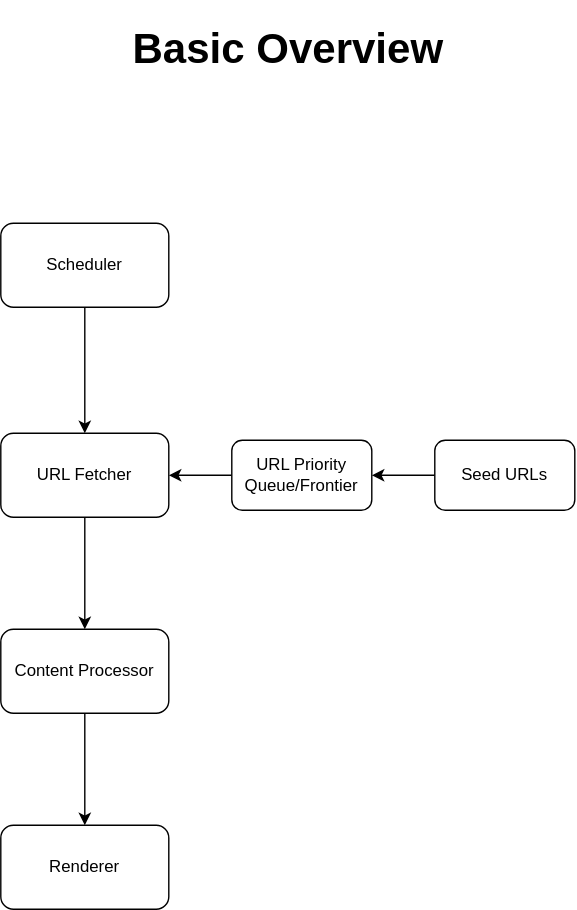
Before: SystemDesign.drawio.svg, a diagram exported from draw.io (techapostle/PyCrawler). Source tidied: cells renumbered, new cells last; positions are measured from the earlier drawing's top-left corner, leaving out a move shared by most shapes.
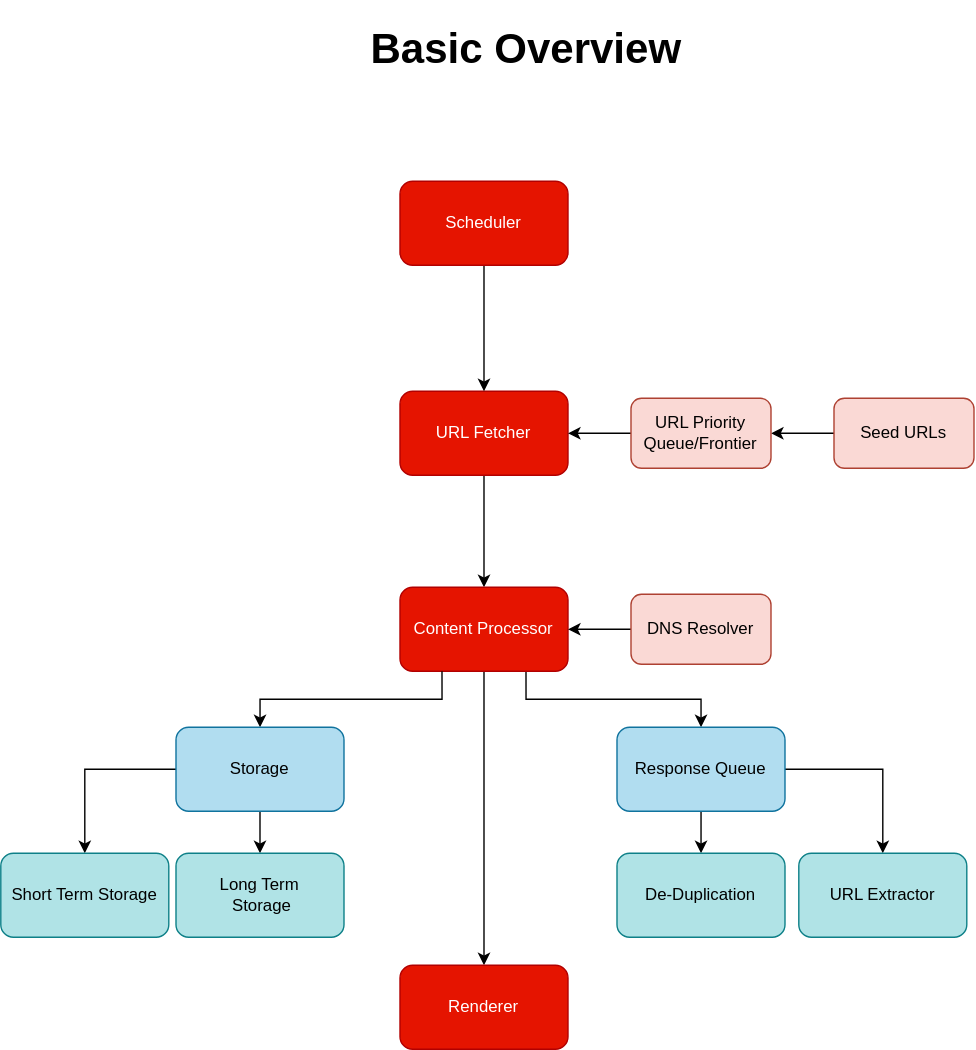
After the change.

The edit, as a diff of the source:
```diff
@@ -5,38 +5,87 @@
     <mxCell id="2" style="edgeStyle=orthogonalEdgeStyle;rounded=0;jettySize=auto;html=1;entryX=0.5;entryY=0;entryDx=0;entryDy=0;" parent="1" edge="1" source="3" target="11">
       <mxGeometry relative="1" as="geometry" />
     </mxCell>
-    <mxCell id="3" value="&lt;div&gt;URL Fetcher&lt;/div&gt;" style="rounded=1;whiteSpace=wrap;html=1;" parent="1" vertex="1">
+    <mxCell id="3" value="&lt;div&gt;URL Fetcher&lt;/div&gt;" style="rounded=1;whiteSpace=wrap;html=1;fillColor=#e51400;strokeColor=#B20000;fontColor=#ffffff;" parent="1" vertex="1">
       <mxGeometry y="300" width="120" height="60" as="geometry" />
     </mxCell>
     <mxCell id="4" style="edgeStyle=orthogonalEdgeStyle;rounded=0;jettySize=auto;html=1;" parent="1" edge="1" source="5" target="7">
       <mxGeometry relative="1" as="geometry" />
     </mxCell>
-    <mxCell id="5" value="Seed URLs" style="rounded=1;whiteSpace=wrap;html=1;" parent="1" vertex="1">
+    <mxCell id="5" value="Seed URLs" style="rounded=1;whiteSpace=wrap;html=1;fillColor=#fad9d5;strokeColor=#ae4132;" parent="1" vertex="1">
       <mxGeometry x="310" y="305" width="100" height="50" as="geometry" />
     </mxCell>
     <mxCell id="6" style="edgeStyle=orthogonalEdgeStyle;rounded=0;jettySize=auto;html=1;" parent="1" edge="1" source="7" target="3">
       <mxGeometry relative="1" as="geometry" />
     </mxCell>
-    <mxCell id="7" value="&lt;div&gt;URL Priority Queue/Frontier&lt;/div&gt;" style="rounded=1;whiteSpace=wrap;html=1;" parent="1" vertex="1">
+    <mxCell id="7" value="&lt;div&gt;URL Priority Queue/Frontier&lt;/div&gt;" style="rounded=1;whiteSpace=wrap;html=1;fillColor=#fad9d5;strokeColor=#ae4132;" parent="1" vertex="1">
       <mxGeometry x="165" y="305" width="100" height="50" as="geometry" />
     </mxCell>
     <mxCell id="8" style="edgeStyle=orthogonalEdgeStyle;rounded=0;jettySize=auto;html=1;" parent="1" edge="1" source="9" target="3">
       <mxGeometry relative="1" as="geometry" />
     </mxCell>
-    <mxCell id="9" value="&lt;div&gt;Scheduler&lt;/div&gt;" style="rounded=1;whiteSpace=wrap;html=1;" parent="1" vertex="1">
+    <mxCell id="9" value="&lt;div&gt;Scheduler&lt;/div&gt;" style="rounded=1;whiteSpace=wrap;html=1;fillColor=#e51400;strokeColor=#B20000;fontColor=#ffffff;" parent="1" vertex="1">
       <mxGeometry y="150" width="120" height="60" as="geometry" />
     </mxCell>
+    <mxCell id="14" style="edgeStyle=orthogonalEdgeStyle;rounded=0;jettySize=auto;html=1;exitX=0.75;exitY=1;exitDx=0;exitDy=0;" parent="1" edge="1" source="11" target="25">
+      <mxGeometry relative="1" as="geometry" />
+    </mxCell>
-    <mxCell id="10" style="edgeStyle=orthogonalEdgeStyle;rounded=0;jettySize=auto;html=1;entryX=0.5;entryY=0;entryDx=0;entryDy=0;" parent="1" edge="1" source="11" target="12">
+    <mxCell id="10" style="edgeStyle=orthogonalEdgeStyle;rounded=0;jettySize=auto;html=1;exitX=0.5;exitY=1;exitDx=0;exitDy=0;" parent="1" edge="1" source="11" target="12">
       <mxGeometry relative="1" as="geometry" />
     </mxCell>
-    <mxCell id="11" value="Content Processor" style="rounded=1;whiteSpace=wrap;html=1;" parent="1" vertex="1">
+    <mxCell id="11" value="Content Processor" style="rounded=1;whiteSpace=wrap;html=1;fillColor=#e51400;strokeColor=#B20000;fontColor=#ffffff;" parent="1" vertex="1">
       <mxGeometry y="440" width="120" height="60" as="geometry" />
     </mxCell>
+    <mxCell id="15" style="edgeStyle=orthogonalEdgeStyle;rounded=0;jettySize=auto;html=1;exitX=0.25;exitY=1;exitDx=0;exitDy=0;" parent="1" edge="1" source="11" target="20">
+      <mxGeometry relative="1" as="geometry" />
+    </mxCell>
+    <mxCell id="13" value="&lt;h1&gt;&lt;font style=&quot;font-size: 30px;&quot;&gt;Basic Overview&lt;/font&gt;&lt;/h1&gt;" style="text;html=1;align=center;verticalAlign=middle;strokeColor=none;fillColor=none;" parent="1" vertex="1">
+      <mxGeometry x="-30.1" y="30" width="240" height="50" as="geometry" />
+    </mxCell>
+    <mxCell id="16" style="edgeStyle=orthogonalEdgeStyle;rounded=0;jettySize=auto;html=1;" parent="1" edge="1" source="17">
+      <mxGeometry relative="1" as="geometry">
+        <mxPoint x="120" y="470" as="targetPoint" />
+      </mxGeometry>
+    </mxCell>
+    <mxCell id="17" value="DNS Resolver" style="rounded=1;whiteSpace=wrap;html=1;fillColor=#fad9d5;strokeColor=#ae4132;" parent="1" vertex="1">
+      <mxGeometry x="165" y="445" width="100" height="50" as="geometry" />
+    </mxCell>
+    <mxCell id="18" style="edgeStyle=orthogonalEdgeStyle;rounded=0;jettySize=auto;html=1;exitX=0.5;exitY=1;exitDx=0;exitDy=0;" parent="1" edge="1" source="20" target="21">
+      <mxGeometry relative="1" as="geometry">
+        <Array as="points">
+          <mxPoint x="-150" y="680" />
+          <mxPoint x="-150" y="680" />
+        </Array>
+      </mxGeometry>
+    </mxCell>
+    <mxCell id="19" style="edgeStyle=orthogonalEdgeStyle;rounded=0;jettySize=auto;html=1;exitX=0;exitY=0.5;exitDx=0;exitDy=0;entryX=0.5;entryY=0;entryDx=0;entryDy=0;" parent="1" edge="1" source="20" target="22">
+      <mxGeometry relative="1" as="geometry" />
+    </mxCell>
+    <mxCell id="20" value="Storage" style="rounded=1;whiteSpace=wrap;html=1;fillColor=#b1ddf0;strokeColor=#10739e;" parent="1" vertex="1">
+      <mxGeometry x="-160" y="540" width="120" height="60" as="geometry" />
+    </mxCell>
+    <mxCell id="21" value="&lt;div&gt;Long Term&lt;/div&gt;&lt;div&gt;&amp;nbsp;Storage&lt;/div&gt;" style="rounded=1;whiteSpace=wrap;html=1;fillColor=#b0e3e6;strokeColor=#0e8088;" parent="1" vertex="1">
+      <mxGeometry x="-160" y="630" width="120" height="60" as="geometry" />
+    </mxCell>
+    <mxCell id="22" value="&lt;div&gt;Short Term Storage&lt;/div&gt;" style="rounded=1;whiteSpace=wrap;html=1;fillColor=#b0e3e6;strokeColor=#0e8088;" parent="1" vertex="1">
+      <mxGeometry x="-285.1" y="630" width="120" height="60" as="geometry" />
+    </mxCell>
+    <mxCell id="23" style="edgeStyle=orthogonalEdgeStyle;rounded=0;jettySize=auto;html=1;" parent="1" edge="1" source="25" target="27">
+      <mxGeometry relative="1" as="geometry" />
+    </mxCell>
+    <mxCell id="24" style="edgeStyle=orthogonalEdgeStyle;rounded=0;jettySize=auto;html=1;exitX=1;exitY=0.5;exitDx=0;exitDy=0;entryX=0.5;entryY=0;entryDx=0;entryDy=0;" parent="1" edge="1" source="25" target="26">
+      <mxGeometry relative="1" as="geometry" />
+    </mxCell>
+    <mxCell id="25" value="Response Queue" style="rounded=1;whiteSpace=wrap;html=1;fillColor=#b1ddf0;strokeColor=#10739e;" parent="1" vertex="1">
+      <mxGeometry x="155" y="540" width="120" height="60" as="geometry" />
+    </mxCell>
+    <mxCell id="26" value="&lt;div&gt;URL Extractor&lt;/div&gt;" style="rounded=1;whiteSpace=wrap;html=1;fillColor=#b0e3e6;strokeColor=#0e8088;" parent="1" vertex="1">
+      <mxGeometry x="284.9" y="630" width="120" height="60" as="geometry" />
+    </mxCell>
+    <mxCell id="27" value="&lt;div&gt;De-Duplication&lt;/div&gt;" style="whiteSpace=wrap;html=1;rounded=1;fillColor=#b0e3e6;strokeColor=#0e8088;" parent="1" vertex="1">
+      <mxGeometry x="155" y="630" width="120" height="60" as="geometry" />
+    </mxCell>
-    <mxCell id="12" value="Renderer" style="rounded=1;whiteSpace=wrap;html=1;" parent="1" vertex="1">
-      <mxGeometry y="580" width="120" height="60" as="geometry" />
+    <mxCell id="12" value="Renderer" style="rounded=1;whiteSpace=wrap;html=1;fillColor=#e51400;fontColor=#ffffff;strokeColor=#B20000;" parent="1" vertex="1">
+      <mxGeometry y="710" width="120" height="60" as="geometry" />
     </mxCell>
-    <mxCell id="13" value="&lt;h1&gt;&lt;font style=&quot;font-size: 30px;&quot;&gt;Basic Overview&lt;/font&gt;&lt;/h1&gt;" style="text;html=1;align=center;verticalAlign=middle;strokeColor=none;fillColor=none;" parent="1" vertex="1">
-      <mxGeometry x="85" width="240" height="50" as="geometry" />
-    </mxCell>
   </root>
 </mxGraphModel>
```
